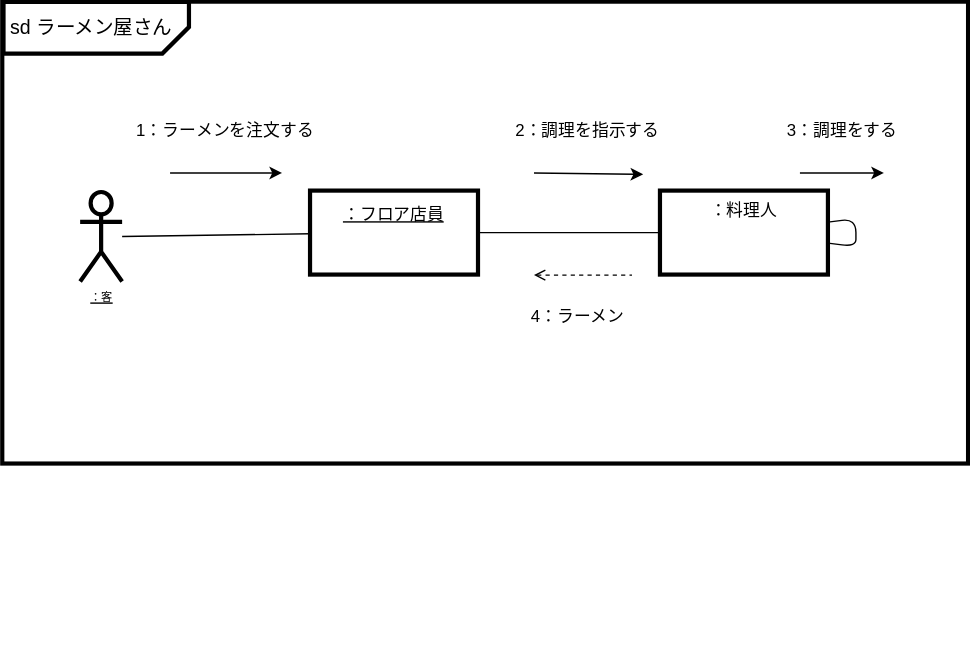
Above: 例題5-1_ラーメン注文配膳.drawio.svg in Ragamn/uml-introduction (draw.io), before the change. Source tidied: cells renumbered, new cells last; positions are measured from the earlier drawing's top-left corner, leaving out a move shared by most shapes.
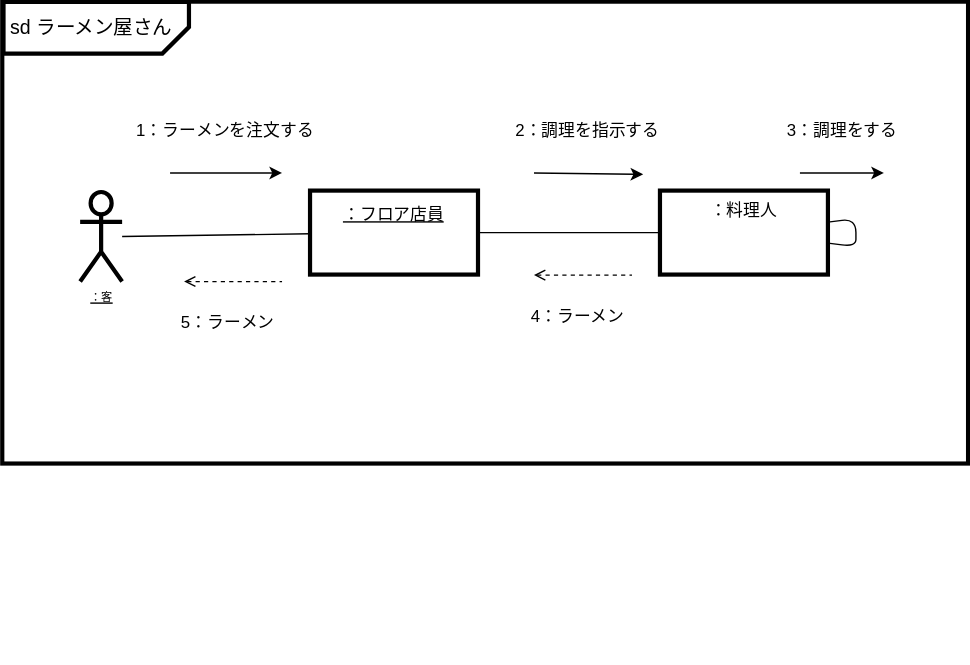
After the change.

Commit message:
矢印の追加

Change to the diagram source:
```diff
@@ -60,6 +60,17 @@
         <mxPoint x="-10" y="29" as="offset" />
       </mxGeometry>
     </mxCell>
+    <mxCell id="18" style="endArrow=none;dashed=1;html=1;fontSize=12;startArrow=open;startFill=0;" parent="3" edge="1">
+      <mxGeometry relative="1" as="geometry">
+        <mxPoint x="129.9" y="200" as="sourcePoint" />
+        <mxPoint x="199.9" y="200" as="targetPoint" />
+      </mxGeometry>
+    </mxCell>
+    <mxCell id="19" value="5：ラーメン" style="edgeLabel;html=1;align=center;verticalAlign=middle;fontSize=12;" parent="18" vertex="1">
+      <mxGeometry x="0.14" relative="1" as="geometry">
+        <mxPoint x="-10" y="29" as="offset" />
+      </mxGeometry>
+    </mxCell>
     <mxCell id="17" value="2：調理を指示する" style="endArrow=classic;html=1;fontSize=12;" parent="1" edge="1">
       <mxGeometry y="30" relative="1" as="geometry">
         <mxPoint x="380" y="170" as="sourcePoint" />
```
